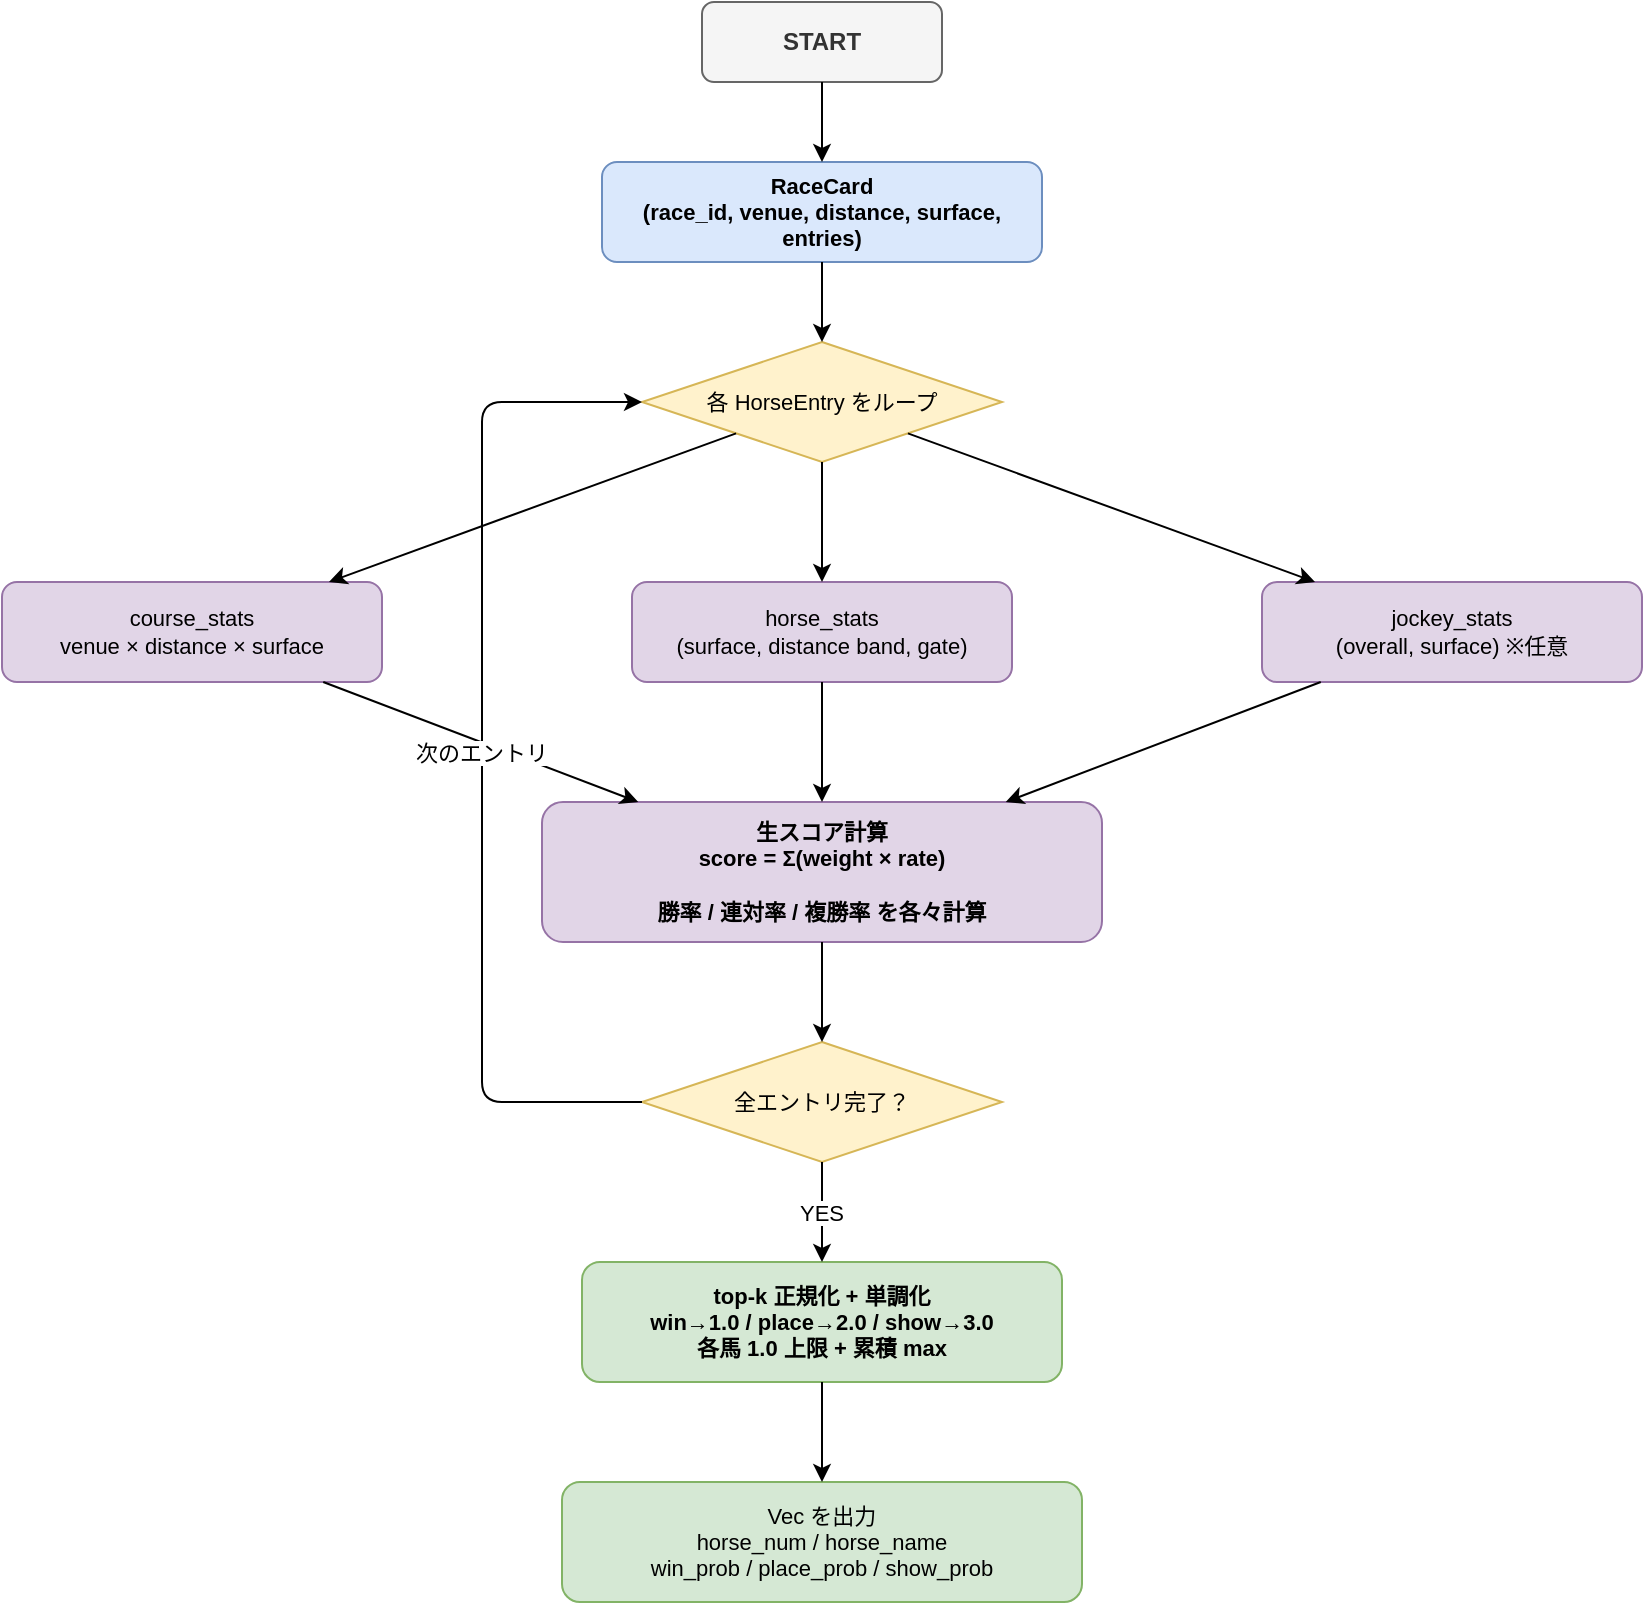
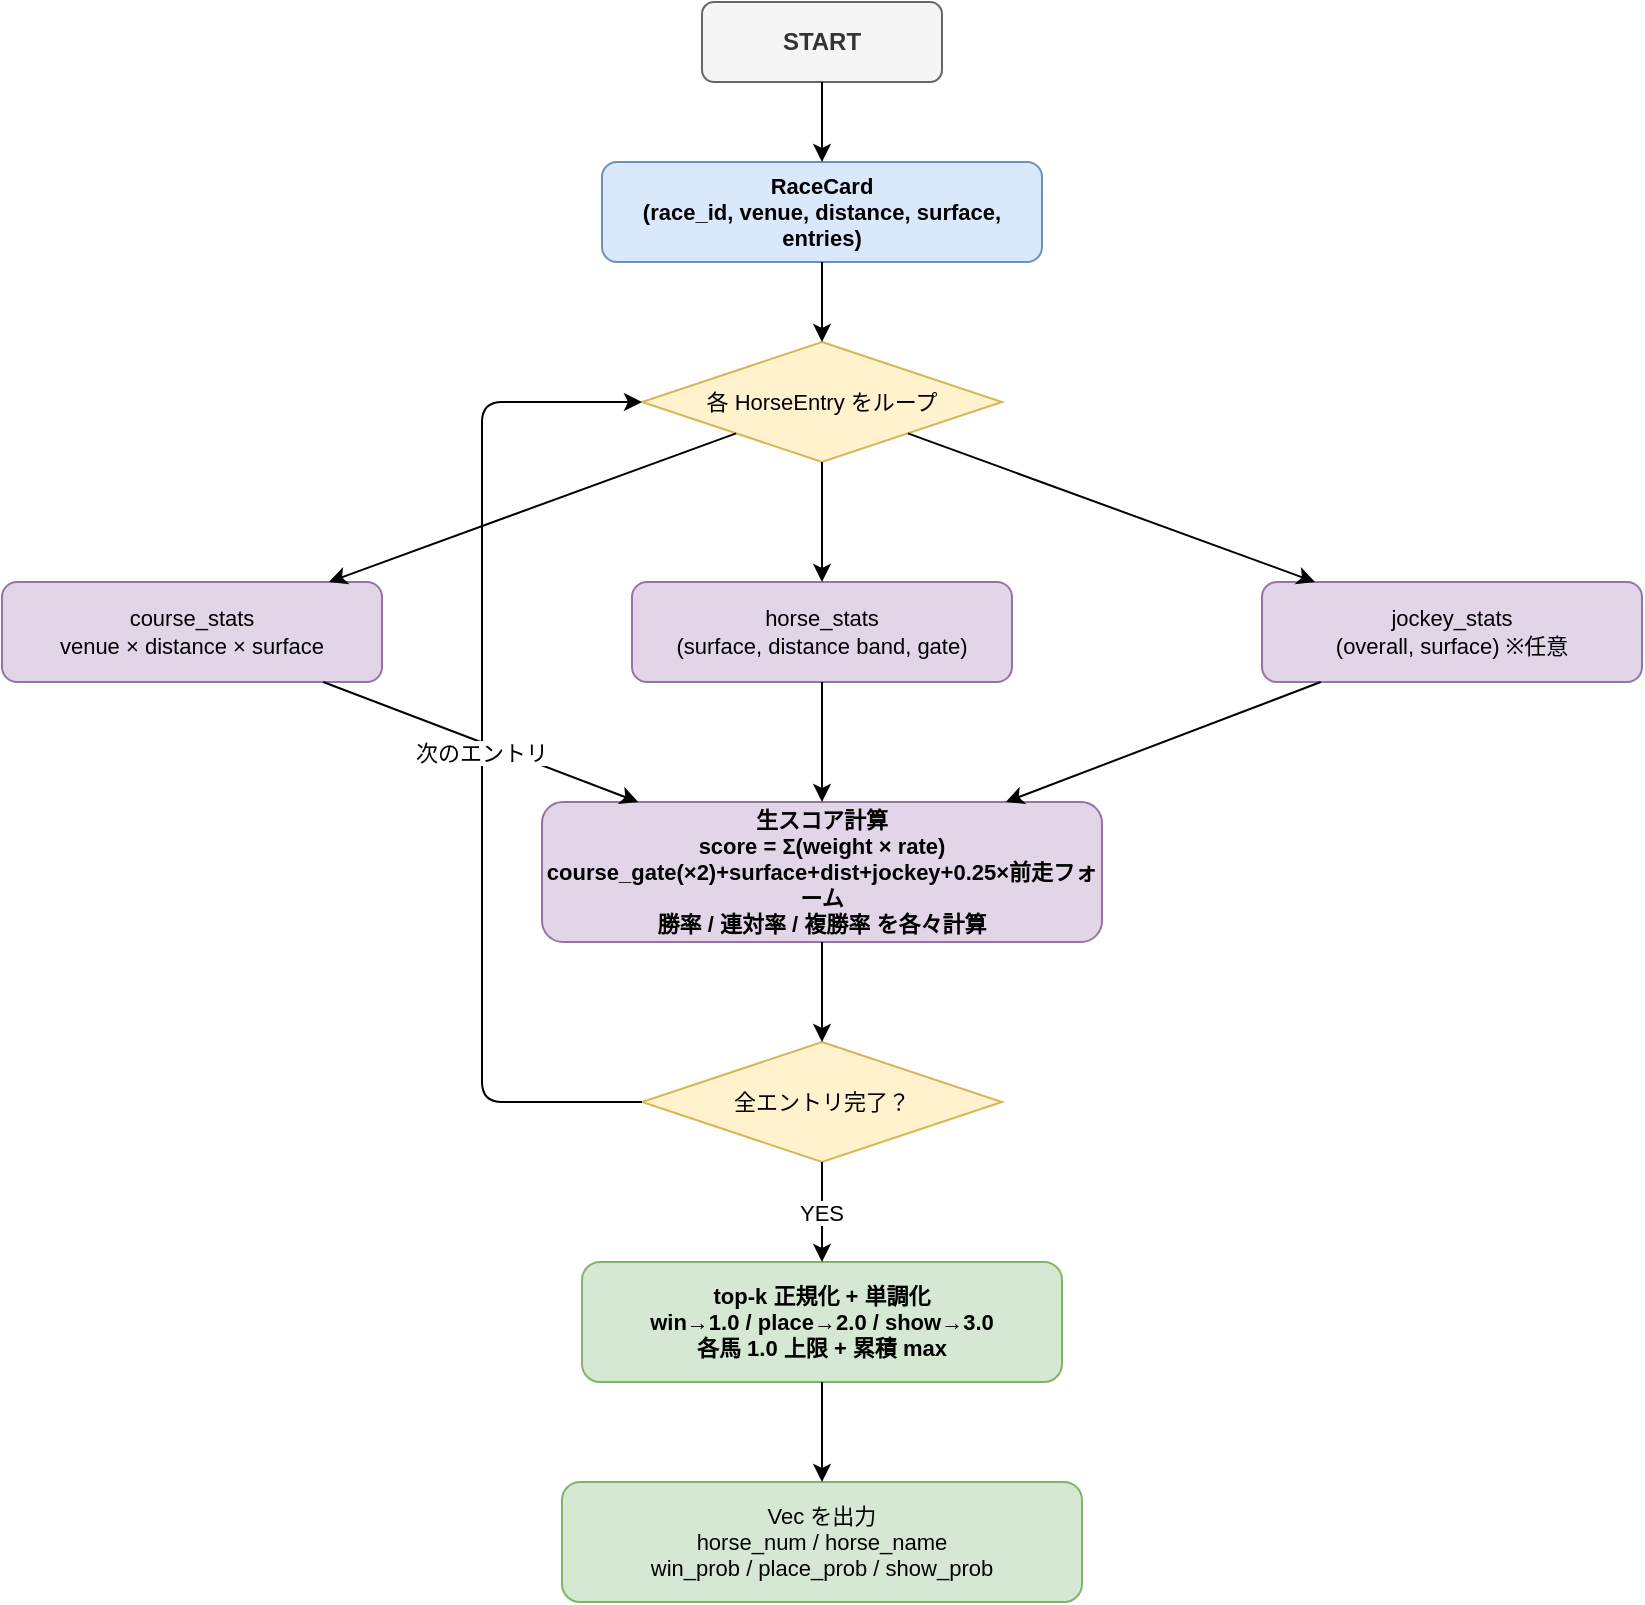
<mxfile host="app.diagrams.net" modified="2026-06-04T00:00:00.000Z" agent="Claude" version="21.0.0">
  <diagram name="着順確率推定フロー" id="probability-estimation-flow">
    <mxGraphModel dx="1422" dy="762" grid="1" gridSize="10" guides="1" tooltips="1" connect="1" arrows="1" fold="1" page="1" pageScale="1" pageWidth="1169" pageHeight="827" math="0" shadow="0">
      <root>
        <mxCell id="0" />
        <mxCell id="1" parent="0" />

        <!-- START -->
        <mxCell id="2" value="START" style="rounded=1;whiteSpace=wrap;html=1;fillColor=#f5f5f5;strokeColor=#666666;fontColor=#333333;fontStyle=1;fontSize=12;" vertex="1" parent="1">
          <mxGeometry x="510" y="40" width="120" height="40" as="geometry" />
        </mxCell>

        <!-- RaceCard 入力 -->
        <mxCell id="3" value="RaceCard&#xa;(race_id, venue, distance, surface, entries)" style="rounded=1;whiteSpace=wrap;html=1;fillColor=#dae8fc;strokeColor=#6c8ebf;fontStyle=1;fontSize=11;" vertex="1" parent="1">
          <mxGeometry x="460" y="120" width="220" height="50" as="geometry" />
        </mxCell>

        <!-- Arrow: START → RaceCard -->
        <mxCell id="4" edge="1" source="2" target="3" parent="1">
          <mxGeometry relative="1" as="geometry" />
        </mxCell>

        <!-- 各馬エントリのループ -->
        <mxCell id="5" value="各 HorseEntry をループ" style="rhombus;whiteSpace=wrap;html=1;fillColor=#fff2cc;strokeColor=#d6b656;fontSize=11;" vertex="1" parent="1">
          <mxGeometry x="480" y="210" width="180" height="60" as="geometry" />
        </mxCell>

        <!-- Arrow: RaceCard → Loop -->
        <mxCell id="6" edge="1" source="3" target="5" parent="1">
          <mxGeometry relative="1" as="geometry" />
        </mxCell>

        <!-- 並行スタッツ取得 -->
        <!-- course_stats -->
        <mxCell id="7" value="course_stats&#xa;venue × distance × surface" style="rounded=1;whiteSpace=wrap;html=1;fillColor=#e1d5e7;strokeColor=#9673a6;fontSize=11;" vertex="1" parent="1">
          <mxGeometry x="160" y="330" width="190" height="50" as="geometry" />
        </mxCell>

        <!-- horse_stats -->
        <mxCell id="8" value="horse_stats&#xa;(surface, distance band, gate)" style="rounded=1;whiteSpace=wrap;html=1;fillColor=#e1d5e7;strokeColor=#9673a6;fontSize=11;" vertex="1" parent="1">
          <mxGeometry x="475" y="330" width="190" height="50" as="geometry" />
        </mxCell>

        <!-- jockey_stats -->
        <mxCell id="9" value="jockey_stats&#xa;(overall, surface) ※任意" style="rounded=1;whiteSpace=wrap;html=1;fillColor=#e1d5e7;strokeColor=#9673a6;fontSize=11;" vertex="1" parent="1">
          <mxGeometry x="790" y="330" width="190" height="50" as="geometry" />
        </mxCell>

        <!-- Arrows: Loop → Stats -->
        <mxCell id="10" edge="1" source="5" target="7" parent="1">
          <mxGeometry relative="1" as="geometry" />
        </mxCell>
        <mxCell id="11" edge="1" source="5" target="8" parent="1">
          <mxGeometry relative="1" as="geometry" />
        </mxCell>
        <mxCell id="12" edge="1" source="5" target="9" parent="1">
          <mxGeometry relative="1" as="geometry" />
        </mxCell>

        <!-- スコア計算 -->
-         <mxCell id="13" value="生スコア計算&#xa;score = Σ(weight × rate)&#xa;&#xa;勝率 / 連対率 / 複勝率 を各々計算" style="rounded=1;whiteSpace=wrap;html=1;fillColor=#e1d5e7;strokeColor=#9673a6;fontStyle=1;fontSize=11;" vertex="1" parent="1">
+         <mxCell id="13" value="生スコア計算&#xa;score = Σ(weight × rate)&#xa;course_gate(×2)+surface+dist+jockey+0.25×前走フォーム&#xa;勝率 / 連対率 / 複勝率 を各々計算" style="rounded=1;whiteSpace=wrap;html=1;fillColor=#e1d5e7;strokeColor=#9673a6;fontStyle=1;fontSize=11;" vertex="1" parent="1">
          <mxGeometry x="430" y="440" width="280" height="70" as="geometry" />
        </mxCell>

        <!-- Arrows: Stats → Score -->
        <mxCell id="14" edge="1" source="7" target="13" parent="1">
          <mxGeometry relative="1" as="geometry" />
        </mxCell>
        <mxCell id="15" edge="1" source="8" target="13" parent="1">
          <mxGeometry relative="1" as="geometry" />
        </mxCell>
        <mxCell id="16" edge="1" source="9" target="13" parent="1">
          <mxGeometry relative="1" as="geometry" />
        </mxCell>

        <!-- 次のエントリ or 終了 -->
        <mxCell id="17" value="全エントリ完了？" style="rhombus;whiteSpace=wrap;html=1;fillColor=#fff2cc;strokeColor=#d6b656;fontSize=11;" vertex="1" parent="1">
          <mxGeometry x="480" y="560" width="180" height="60" as="geometry" />
        </mxCell>

        <!-- Arrow: Score → Check -->
        <mxCell id="18" edge="1" source="13" target="17" parent="1">
          <mxGeometry relative="1" as="geometry" />
        </mxCell>

        <!-- Loop back -->
        <mxCell id="19" value="次のエントリ" style="edgeStyle=orthogonalEdgeStyle;" edge="1" source="17" target="5" parent="1">
          <mxGeometry relative="1" as="geometry">
            <Array as="points">
              <mxPoint x="400" y="590" />
              <mxPoint x="400" y="240" />
            </Array>
          </mxGeometry>
        </mxCell>

        <!-- 正規化 -->
        <mxCell id="20" value="top-k 正規化 + 単調化&#xa;win→1.0 / place→2.0 / show→3.0&#xa;各馬 1.0 上限 + 累積 max" style="rounded=1;whiteSpace=wrap;html=1;fillColor=#d5e8d4;strokeColor=#82b366;fontStyle=1;fontSize=11;" vertex="1" parent="1">
          <mxGeometry x="450" y="670" width="240" height="60" as="geometry" />
        </mxCell>

        <!-- Arrow: Done → Normalize -->
        <mxCell id="21" value="YES" edge="1" source="17" target="20" parent="1">
          <mxGeometry relative="1" as="geometry" />
        </mxCell>

        <!-- 出力 -->
        <mxCell id="22" value="Vec&lt;HorseProbability&gt; を出力&#xa;horse_num / horse_name&#xa;win_prob / place_prob / show_prob" style="rounded=1;whiteSpace=wrap;html=1;fillColor=#d5e8d4;strokeColor=#82b366;fontSize=11;" vertex="1" parent="1">
          <mxGeometry x="440" y="780" width="260" height="60" as="geometry" />
        </mxCell>

        <!-- Arrow: Normalize → Output -->
        <mxCell id="23" edge="1" source="20" target="22" parent="1">
          <mxGeometry relative="1" as="geometry" />
        </mxCell>
      </root>
    </mxGraphModel>
  </diagram>
</mxfile>
